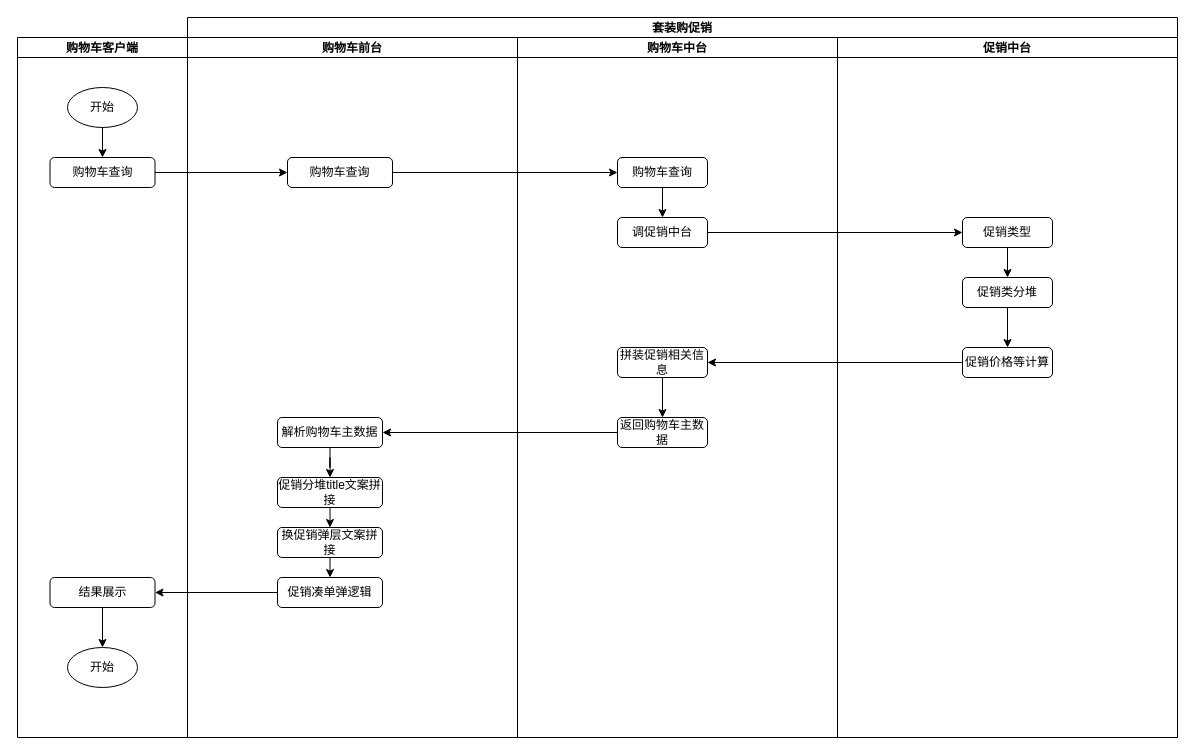
The draw.io diagram 促销复盘.drawio in lihongliang1989/diagram, before the edit. Source tidied: cells renumbered, new cells numbered last; positions are measured from the earlier drawing's top-left corner, leaving out a move shared by most shapes. Both pictures are drawn from the tidied source at 100%, with x=0, y=0 at pixel (17, 17).
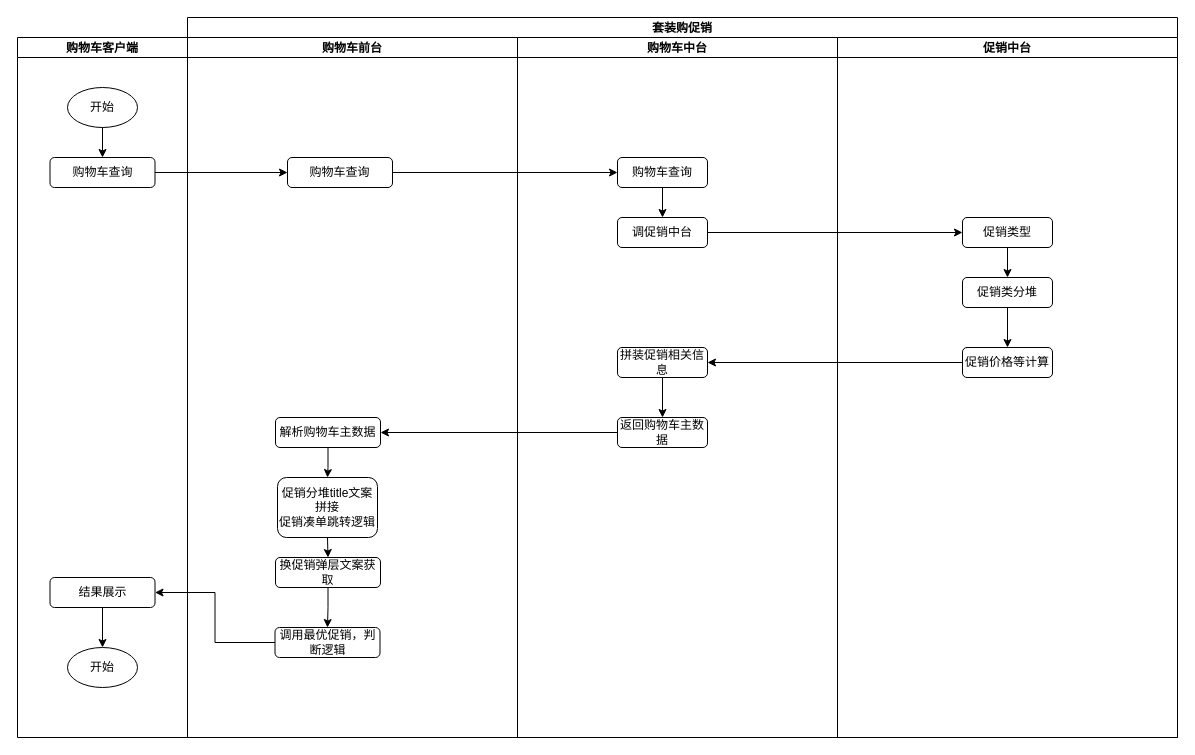
Above is the later version.

Unchanged cells that the change refers to:
```xml
<mxCell id="3" value="购物车前台" style="swimlane;startSize=20;" parent="2" vertex="1">
  <mxGeometry y="20" width="330" height="700" as="geometry" />
</mxCell>
<mxCell id="32" value="结果展示" style="rounded=1;whiteSpace=wrap;html=1;" parent="29" vertex="1">
  <mxGeometry x="32.5" y="540" width="105" height="30" as="geometry" />
</mxCell>
```

What changed in the source:
```diff
@@
     <mxCell id="6" value="解析购物车主数据" style="rounded=1;whiteSpace=wrap;html=1;" parent="3" vertex="1">
-      <mxGeometry x="90" y="380" width="105" height="30" as="geometry" />
+      <mxGeometry x="88" y="380" width="105" height="30" as="geometry" />
     </mxCell>
@@
-    <mxCell id="8" value="促销分堆title文案拼接" style="rounded=1;whiteSpace=wrap;html=1;" parent="3" vertex="1">
-      <mxGeometry x="90" y="440" width="105" height="30" as="geometry" />
+    <mxCell id="8" value="促销分堆title文案拼接&lt;br&gt;促销凑单跳转逻辑" style="rounded=1;whiteSpace=wrap;html=1;" parent="3" vertex="1">
+      <mxGeometry x="90" y="440" width="100" height="60" as="geometry" />
     </mxCell>
-    <mxCell id="9" style="edgeStyle=orthogonalEdgeStyle;rounded=0;jettySize=auto;html=1;exitX=0.5;exitY=1;exitDx=0;exitDy=0;entryX=0.5;entryY=0;entryDx=0;entryDy=0;" parent="3" edge="1" source="10" target="11">
-      <mxGeometry relative="1" as="geometry" />
-    </mxCell>
+    <mxCell id="38" style="edgeStyle=orthogonalEdgeStyle;rounded=0;jettySize=auto;html=1;entryX=0.5;entryY=0;entryDx=0;entryDy=0;" parent="3" edge="1" source="10" target="39">
+      <mxGeometry relative="1" as="geometry" />
+    </mxCell>
-    <mxCell id="10" value="换促销弹层文案拼接" style="rounded=1;whiteSpace=wrap;html=1;" parent="3" vertex="1">
-      <mxGeometry x="90" y="490" width="105" height="30" as="geometry" />
+    <mxCell id="10" value="换促销弹层文案获取" style="rounded=1;whiteSpace=wrap;html=1;" parent="3" vertex="1">
+      <mxGeometry x="88" y="520" width="105" height="30" as="geometry" />
     </mxCell>
-    <mxCell id="11" value="促销凑单弹逻辑" style="rounded=1;whiteSpace=wrap;html=1;" parent="3" vertex="1">
-      <mxGeometry x="90" y="540" width="105" height="30" as="geometry" />
-    </mxCell>
+    <mxCell id="39" value="调用最优促销，判断逻辑" style="rounded=1;whiteSpace=wrap;html=1;" parent="3" vertex="1">
+      <mxGeometry x="87.5" y="590" width="105" height="30" as="geometry" />
+    </mxCell>
@@
-    <mxCell id="37" style="edgeStyle=orthogonalEdgeStyle;rounded=0;jettySize=auto;html=1;entryX=1;entryY=0.5;entryDx=0;entryDy=0;" parent="1" edge="1" source="11" target="32">
+    <mxCell id="37" style="edgeStyle=orthogonalEdgeStyle;rounded=0;jettySize=auto;html=1;entryX=1;entryY=0.5;entryDx=0;entryDy=0;exitX=0;exitY=0.5;exitDx=0;exitDy=0;" parent="1" edge="1" source="39" target="32">
       <mxGeometry relative="1" as="geometry" />
     </mxCell>
```
